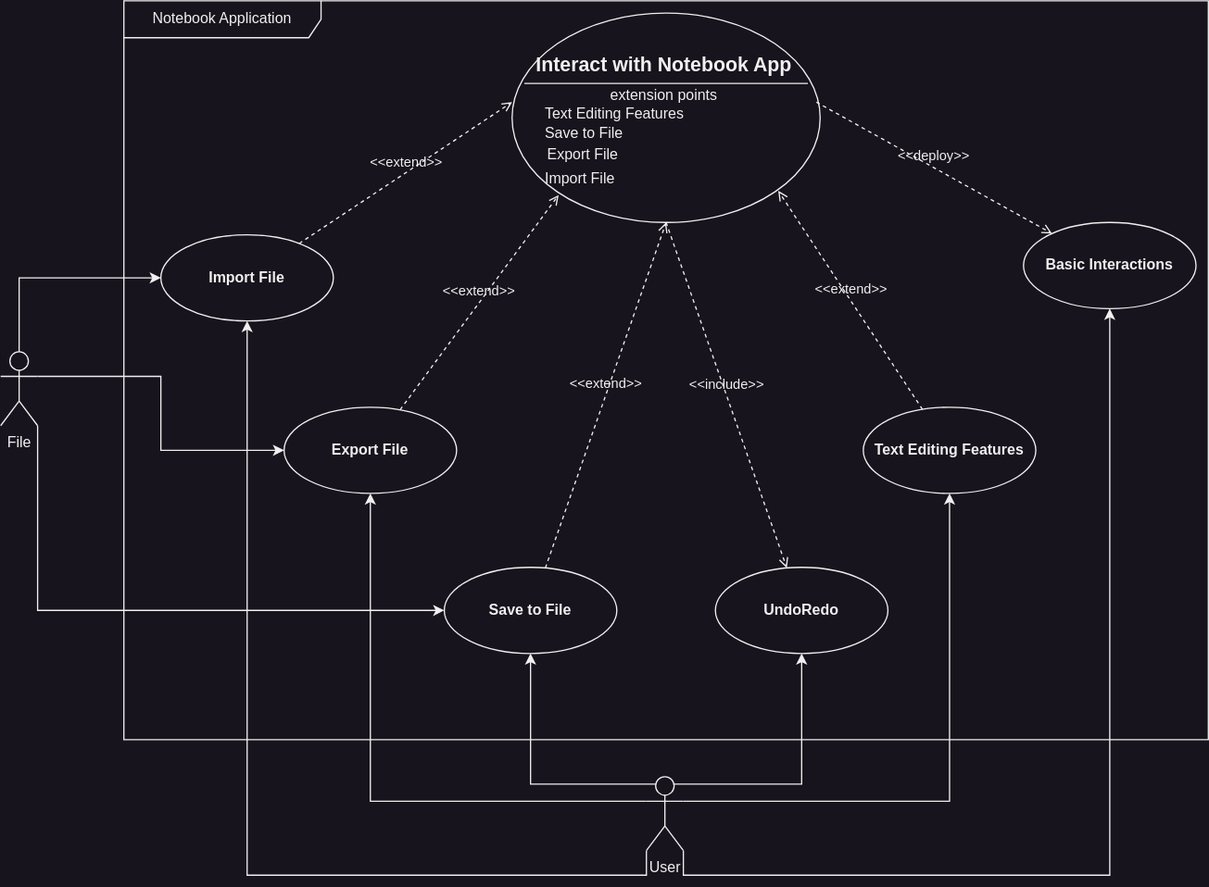
The draw.io diagram uml_diagrams/images/use_case_diagram.svg in EvatsugDnalloR/NotebookApplication, before a commit. Source tidied: cells renumbered, new cells last; positions are measured from the earlier drawing's top-left corner, leaving out a move shared by most shapes.
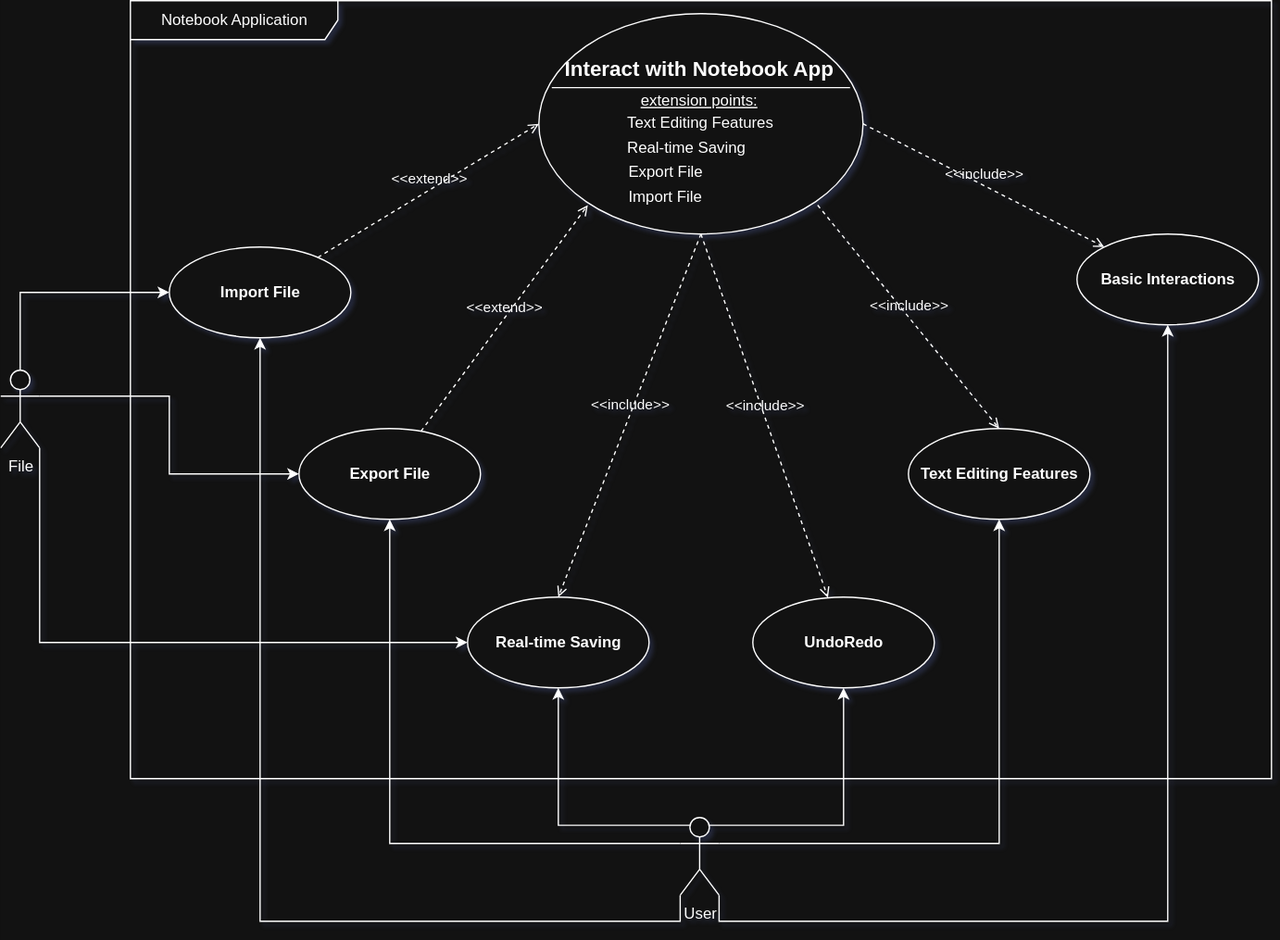
After the commit.

What changed in the source:
```diff
@@ -14,25 +14,25 @@
     <mxCell id="5" style="line;strokeWidth=1;fillColor=none;labelPosition=right;dashed=0;" parent="3" vertex="1">
       <mxGeometry x="10" y="50" width="230" height="14.2" as="geometry" />
     </mxCell>
-    <mxCell id="6" value="extension points" style="text;html=1;align=center;verticalAlign=middle;fillColor=none;strokeColor=none;whiteSpace=wrap;" parent="3" vertex="1">
+    <mxCell id="6" value="&lt;u&gt;extension points:&lt;/u&gt;" style="text;html=1;align=center;verticalAlign=middle;fillColor=none;strokeColor=none;whiteSpace=wrap;" parent="3" vertex="1">
       <mxGeometry y="60" width="247" height="13.3" as="geometry" />
     </mxCell>
-    <mxCell id="7" value="Save to File" style="text;html=1;align=left;verticalAlign=middle;spacingLeft=25;fillColor=none;strokeColor=none;whiteSpace=wrap;" parent="3" vertex="1">
-      <mxGeometry y="88.3" width="247" height="20" as="geometry" />
+    <mxCell id="7" value="Real-time Saving" style="text;html=1;align=left;verticalAlign=middle;spacingLeft=25;fillColor=none;strokeColor=none;whiteSpace=wrap;" parent="3" vertex="1">
+      <mxGeometry x="41" y="93.3" width="128" height="20" as="geometry" />
     </mxCell>
     <mxCell id="8" value="Text Editing Features" style="text;html=1;align=left;verticalAlign=middle;spacingLeft=25;fillColor=none;strokeColor=none;whiteSpace=wrap;" parent="3" vertex="1">
-      <mxGeometry y="72.3" width="247" height="20" as="geometry" />
+      <mxGeometry x="41" y="74.3" width="140" height="20" as="geometry" />
     </mxCell>
     <mxCell id="9" value="Export File" style="text;html=1;align=left;verticalAlign=middle;spacingLeft=25;fillColor=none;strokeColor=none;whiteSpace=wrap;" parent="3" vertex="1">
-      <mxGeometry x="1.5" y="105.3" width="247" height="20" as="geometry" />
+      <mxGeometry x="41.5" y="112.3" width="100.5" height="20" as="geometry" />
     </mxCell>
     <mxCell id="10" value="Import File" style="text;html=1;align=left;verticalAlign=middle;spacingLeft=25;fillColor=none;strokeColor=none;whiteSpace=wrap;" parent="3" vertex="1">
-      <mxGeometry y="125.3" width="247" height="20" as="geometry" />
+      <mxGeometry x="42" y="131.3" width="100" height="20" as="geometry" />
     </mxCell>
     <mxCell id="11" value="&lt;b&gt;UndoRedo&lt;/b&gt;" style="ellipse;whiteSpace=wrap;html=1;" parent="2" vertex="1">
       <mxGeometry x="480" y="460" width="140" height="70" as="geometry" />
     </mxCell>
-    <mxCell id="12" value="&lt;b&gt;Save to File&lt;/b&gt;" style="ellipse;whiteSpace=wrap;html=1;" parent="2" vertex="1">
+    <mxCell id="12" value="&lt;b&gt;Real-time Saving&lt;/b&gt;" style="ellipse;whiteSpace=wrap;html=1;" parent="2" vertex="1">
       <mxGeometry x="260" y="460" width="140" height="70" as="geometry" />
     </mxCell>
     <mxCell id="13" value="&lt;b&gt;Export File&lt;/b&gt;" style="ellipse;whiteSpace=wrap;html=1;" parent="2" vertex="1">
@@ -47,22 +47,22 @@
     <mxCell id="16" value="&lt;b&gt;Basic Interactions&lt;/b&gt;" style="ellipse;whiteSpace=wrap;html=1;" parent="2" vertex="1">
       <mxGeometry x="730" y="180" width="140" height="70" as="geometry" />
     </mxCell>
-    <mxCell id="17" value="&amp;lt;&amp;lt;extend&amp;gt;&amp;gt;" style="html=1;verticalAlign=bottom;labelBackgroundColor=none;endArrow=open;endFill=0;dashed=1;rounded=0;entryX=0;entryY=0;entryDx=0;entryDy=0;" parent="2" edge="1" source="14" target="8">
+    <mxCell id="17" value="&amp;lt;&amp;lt;extend&amp;gt;&amp;gt;" style="html=1;verticalAlign=bottom;labelBackgroundColor=none;endArrow=open;endFill=0;dashed=1;rounded=0;entryX=0;entryY=0.5;entryDx=0;entryDy=0;" parent="2" edge="1" source="14" target="3">
       <mxGeometry relative="1" as="geometry" />
     </mxCell>
     <mxCell id="18" value="&amp;lt;&amp;lt;extend&amp;gt;&amp;gt;" style="html=1;verticalAlign=bottom;labelBackgroundColor=none;endArrow=open;endFill=0;dashed=1;rounded=0;entryX=0.151;entryY=0.869;entryDx=0;entryDy=0;entryPerimeter=0;" parent="2" edge="1" source="13" target="3">
       <mxGeometry relative="1" as="geometry" />
     </mxCell>
-    <mxCell id="19" value="&amp;lt;&amp;lt;extend&amp;gt;&amp;gt;" style="html=1;verticalAlign=bottom;labelBackgroundColor=none;endArrow=open;endFill=0;dashed=1;rounded=0;entryX=0.5;entryY=1;entryDx=0;entryDy=0;" parent="2" edge="1" source="12" target="3">
+    <mxCell id="19" value="&amp;lt;&amp;lt;include&amp;gt;&amp;gt;" style="html=1;verticalAlign=bottom;labelBackgroundColor=none;endArrow=open;endFill=0;dashed=1;rounded=0;entryX=0.5;entryY=0;entryDx=0;entryDy=0;exitX=0.5;exitY=1;exitDx=0;exitDy=0;" parent="2" edge="1" source="3" target="12">
       <mxGeometry relative="1" as="geometry" />
     </mxCell>
     <mxCell id="20" value="&amp;lt;&amp;lt;include&amp;gt;&amp;gt;" style="html=1;verticalAlign=bottom;labelBackgroundColor=none;endArrow=open;endFill=0;dashed=1;rounded=0;exitX=0.5;exitY=1;exitDx=0;exitDy=0;" parent="2" edge="1" source="3" target="11">
       <mxGeometry relative="1" as="geometry" />
     </mxCell>
-    <mxCell id="21" value="&amp;lt;&amp;lt;extend&amp;gt;&amp;gt;" style="html=1;verticalAlign=bottom;labelBackgroundColor=none;endArrow=open;endFill=0;dashed=1;rounded=0;entryX=0.864;entryY=0.849;entryDx=0;entryDy=0;entryPerimeter=0;" parent="2" edge="1" source="15" target="3">
+    <mxCell id="21" value="&amp;lt;&amp;lt;include&amp;gt;&amp;gt;" style="html=1;verticalAlign=bottom;labelBackgroundColor=none;endArrow=open;endFill=0;dashed=1;rounded=0;entryX=0.5;entryY=0;entryDx=0;entryDy=0;exitX=0.86;exitY=0.869;exitDx=0;exitDy=0;exitPerimeter=0;" parent="2" edge="1" source="3" target="15">
       <mxGeometry relative="1" as="geometry" />
     </mxCell>
-    <mxCell id="22" value="&amp;lt;&amp;lt;deploy&amp;gt;&amp;gt;" style="html=1;verticalAlign=bottom;labelBackgroundColor=none;endArrow=open;endFill=0;dashed=1;rounded=0;exitX=1;exitY=0;exitDx=0;exitDy=0;" parent="2" edge="1" source="8" target="16">
+    <mxCell id="22" value="&amp;lt;&amp;lt;include&amp;gt;&amp;gt;" style="html=1;verticalAlign=bottom;labelBackgroundColor=none;endArrow=open;endFill=0;dashed=1;rounded=0;exitX=1;exitY=0.5;exitDx=0;exitDy=0;" parent="2" edge="1" source="3" target="16">
       <mxGeometry relative="1" as="geometry" />
     </mxCell>
     <mxCell id="23" style="edgeStyle=orthogonalEdgeStyle;rounded=0;jettySize=auto;html=1;exitX=0.5;exitY=0;exitDx=0;exitDy=0;exitPerimeter=0;entryX=0;entryY=0.5;entryDx=0;entryDy=0;" parent="1" edge="1" source="26" target="14">
```
